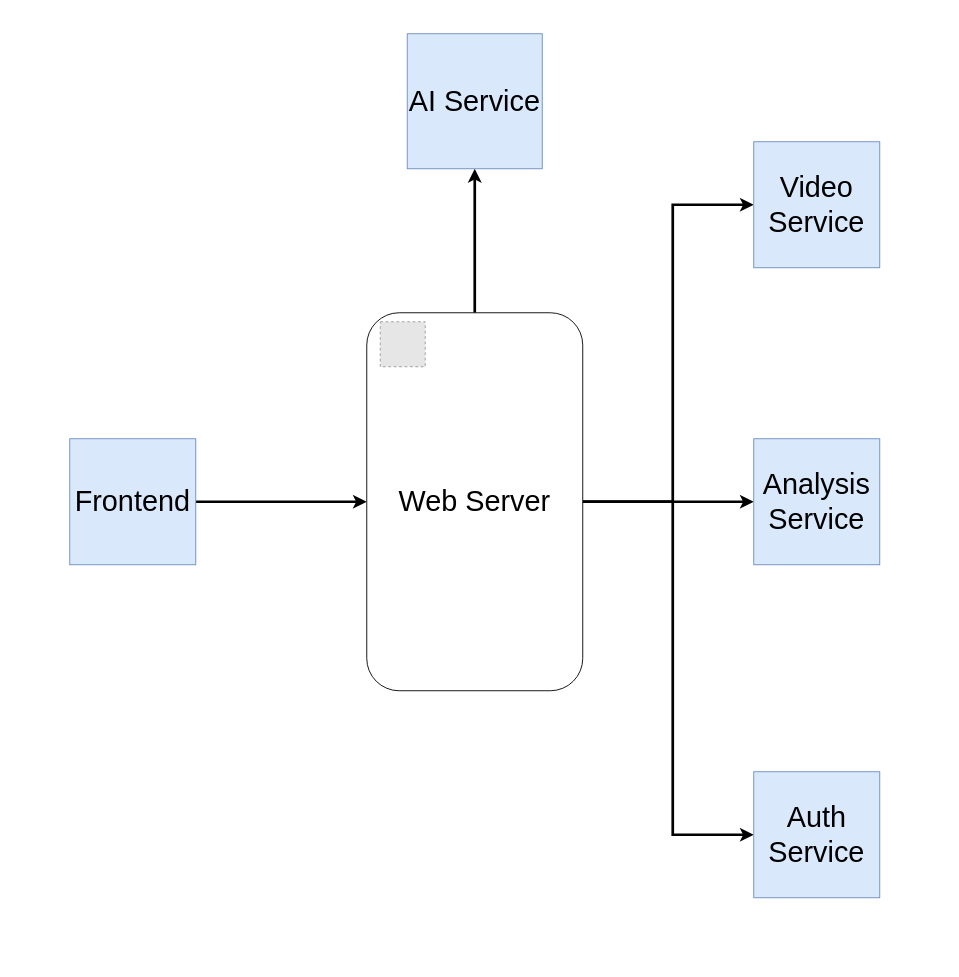
Before: diagrams/HighLevelBlockDiagram.drawio in jadhamwi31/cc_productivity_and_marketing_kit, a draw.io diagram. Source tidied: cells renumbered, new cells numbered last; positions are measured from the earlier drawing's top-left corner, leaving out a move shared by most shapes. Both pictures are drawn from the tidied source at 90%, with x=0, y=0 at pixel (69, 33). Pictures stored in the file or linked from it are replaced by grey dashed boxes.
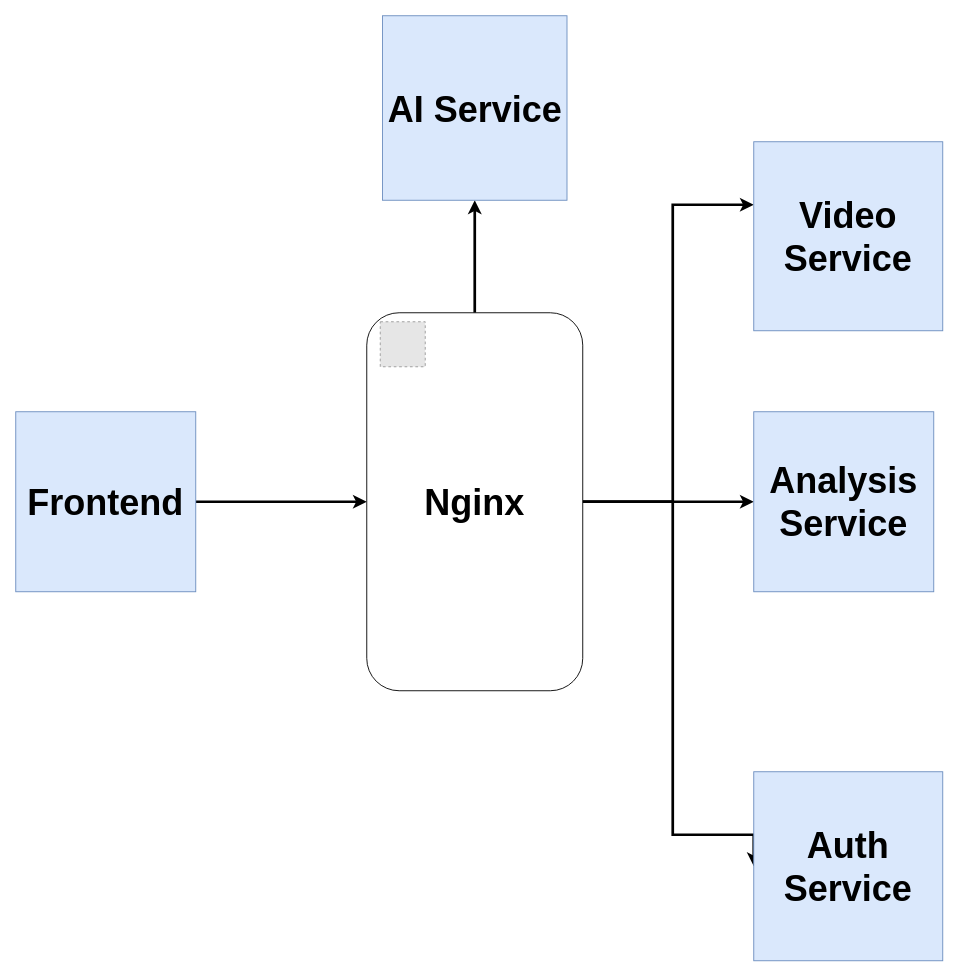
The same diagram, later.

Diff of the diagram source:
```diff
@@
 <mxGraphModel>
   <root>
     <mxCell id="0" />
     <mxCell id="1" parent="0" />
-    <mxCell id="2" style="edgeStyle=orthogonalEdgeStyle;rounded=0;jettySize=auto;html=1;exitX=1;exitY=0.5;exitDx=0;exitDy=0;entryX=0;entryY=0.5;entryDx=0;entryDy=0;fontSize=32;strokeWidth=3;" parent="1" edge="1" source="3" target="8">
+    <mxCell id="2" style="edgeStyle=orthogonalEdgeStyle;rounded=0;jettySize=auto;html=1;exitX=1;exitY=0.5;exitDx=0;exitDy=0;entryX=0;entryY=0.5;entryDx=0;entryDy=0;fontSize=40;strokeWidth=3;fontStyle=1;" parent="1" edge="1" source="3" target="8">
       <mxGeometry relative="1" as="geometry" />
     </mxCell>
-    <mxCell id="3" value="Frontend" style="whiteSpace=wrap;html=1;fillColor=#dae8fc;strokeColor=#6c8ebf;fontSize=32;" parent="1" vertex="1">
-      <mxGeometry y="450" width="140" height="140" as="geometry" />
+    <mxCell id="3" value="Frontend" style="whiteSpace=wrap;html=1;fillColor=#dae8fc;strokeColor=#6c8ebf;fontSize=40;fontStyle=1;" parent="1" vertex="1">
+      <mxGeometry x="-60" y="420" width="200" height="200" as="geometry" />
     </mxCell>
-    <mxCell id="4" style="edgeStyle=orthogonalEdgeStyle;rounded=0;jettySize=auto;html=1;exitX=1;exitY=0.5;exitDx=0;exitDy=0;fontSize=32;strokeWidth=3;" parent="1" edge="1" source="8" target="9">
+    <mxCell id="4" style="edgeStyle=orthogonalEdgeStyle;rounded=0;jettySize=auto;html=1;exitX=1;exitY=0.5;exitDx=0;exitDy=0;fontSize=40;strokeWidth=3;fontStyle=1;" parent="1" edge="1" source="8" target="9">
       <mxGeometry relative="1" as="geometry">
         <Array as="points">
           <mxPoint x="670" y="520" />
           <mxPoint x="670" y="190" />
         </Array>
       </mxGeometry>
     </mxCell>
-    <mxCell id="5" style="edgeStyle=orthogonalEdgeStyle;rounded=0;jettySize=auto;html=1;exitX=1;exitY=0.5;exitDx=0;exitDy=0;fontSize=32;strokeWidth=3;" parent="1" edge="1" source="8" target="10">
+    <mxCell id="5" style="edgeStyle=orthogonalEdgeStyle;rounded=0;jettySize=auto;html=1;exitX=1;exitY=0.5;exitDx=0;exitDy=0;fontSize=40;strokeWidth=3;fontStyle=1;" parent="1" edge="1" source="8" target="10">
       <mxGeometry relative="1" as="geometry" />
     </mxCell>
-    <mxCell id="6" style="edgeStyle=orthogonalEdgeStyle;rounded=0;jettySize=auto;html=1;exitX=1;exitY=0.5;exitDx=0;exitDy=0;entryX=0;entryY=0.5;entryDx=0;entryDy=0;fontSize=32;strokeWidth=3;" parent="1" edge="1" source="8" target="11">
+    <mxCell id="6" style="edgeStyle=orthogonalEdgeStyle;rounded=0;jettySize=auto;html=1;exitX=1;exitY=0.5;exitDx=0;exitDy=0;entryX=0;entryY=0.5;entryDx=0;entryDy=0;fontSize=40;strokeWidth=3;fontStyle=1;" parent="1" edge="1" source="8" target="11">
       <mxGeometry relative="1" as="geometry">
         <Array as="points">
           <mxPoint x="670" y="520" />
           <mxPoint x="670" y="890" />
         </Array>
       </mxGeometry>
     </mxCell>
-    <mxCell id="7" style="edgeStyle=orthogonalEdgeStyle;rounded=0;jettySize=auto;html=1;exitX=0.5;exitY=0;exitDx=0;exitDy=0;entryX=0.5;entryY=1;entryDx=0;entryDy=0;strokeWidth=3;" parent="1" edge="1" source="8" target="13">
+    <mxCell id="7" style="edgeStyle=orthogonalEdgeStyle;rounded=0;jettySize=auto;html=1;exitX=0.5;exitY=0;exitDx=0;exitDy=0;entryX=0.5;entryY=1;entryDx=0;entryDy=0;strokeWidth=3;fontSize=40;fontStyle=1;" parent="1" edge="1" source="8" target="13">
       <mxGeometry relative="1" as="geometry" />
     </mxCell>
-    <mxCell id="8" value="Web Server" style="rounded=1;whiteSpace=wrap;html=1;fontSize=32;" parent="1" vertex="1">
+    <mxCell id="8" value="Nginx" style="rounded=1;whiteSpace=wrap;html=1;fontSize=40;fontStyle=1;" parent="1" vertex="1">
       <mxGeometry x="330" y="310" width="240" height="420" as="geometry" />
     </mxCell>
-    <mxCell id="9" value="Video Service" style="whiteSpace=wrap;html=1;fillColor=#dae8fc;strokeColor=#6c8ebf;fontSize=32;" parent="1" vertex="1">
-      <mxGeometry x="760" y="120" width="140" height="140" as="geometry" />
+    <mxCell id="9" value="Video Service" style="whiteSpace=wrap;html=1;fillColor=#dae8fc;strokeColor=#6c8ebf;fontSize=40;fontStyle=1;" parent="1" vertex="1">
+      <mxGeometry x="760" y="120" width="210" height="210" as="geometry" />
     </mxCell>
-    <mxCell id="10" value="Analysis Service" style="whiteSpace=wrap;html=1;fillColor=#dae8fc;strokeColor=#6c8ebf;fontSize=32;" parent="1" vertex="1">
-      <mxGeometry x="760" y="450" width="140" height="140" as="geometry" />
+    <mxCell id="10" value="Analysis Service" style="whiteSpace=wrap;html=1;fillColor=#dae8fc;strokeColor=#6c8ebf;fontSize=40;fontStyle=1;" parent="1" vertex="1">
+      <mxGeometry x="760" y="420" width="200" height="200" as="geometry" />
     </mxCell>
-    <mxCell id="11" value="Auth Service" style="whiteSpace=wrap;html=1;fillColor=#dae8fc;strokeColor=#6c8ebf;fontSize=32;" parent="1" vertex="1">
-      <mxGeometry x="760" y="820" width="140" height="140" as="geometry" />
+    <mxCell id="11" value="Auth Service" style="whiteSpace=wrap;html=1;fillColor=#dae8fc;strokeColor=#6c8ebf;fontSize=40;fontStyle=1;" parent="1" vertex="1">
+      <mxGeometry x="760" y="820" width="210" height="210" as="geometry" />
     </mxCell>
-    <mxCell id="12" style="fillColor=#E6E6E6;strokeColor=#999999;dashed=1;verticalLabelPosition=bottom;labelBackgroundColor=default;verticalAlign=top;" parent="1" vertex="1">
+    <mxCell id="12" style="fillColor=#E6E6E6;strokeColor=#999999;dashed=1;verticalLabelPosition=bottom;labelBackgroundColor=default;verticalAlign=top;fontSize=40;fontStyle=1;" parent="1" vertex="1">
       <mxGeometry x="345" y="320" width="50" height="50" as="geometry" />
     </mxCell>
-    <mxCell id="13" value="AI Service" style="whiteSpace=wrap;html=1;fillColor=#dae8fc;strokeColor=#6c8ebf;fontSize=32;" parent="1" vertex="1">
-      <mxGeometry x="375" width="150" height="150" as="geometry" />
+    <mxCell id="13" value="AI Service" style="whiteSpace=wrap;html=1;fillColor=#dae8fc;strokeColor=#6c8ebf;fontSize=40;fontStyle=1;" parent="1" vertex="1">
+      <mxGeometry x="347.5" y="-20" width="205" height="205" as="geometry" />
     </mxCell>
   </root>
 </mxGraphModel>
```
